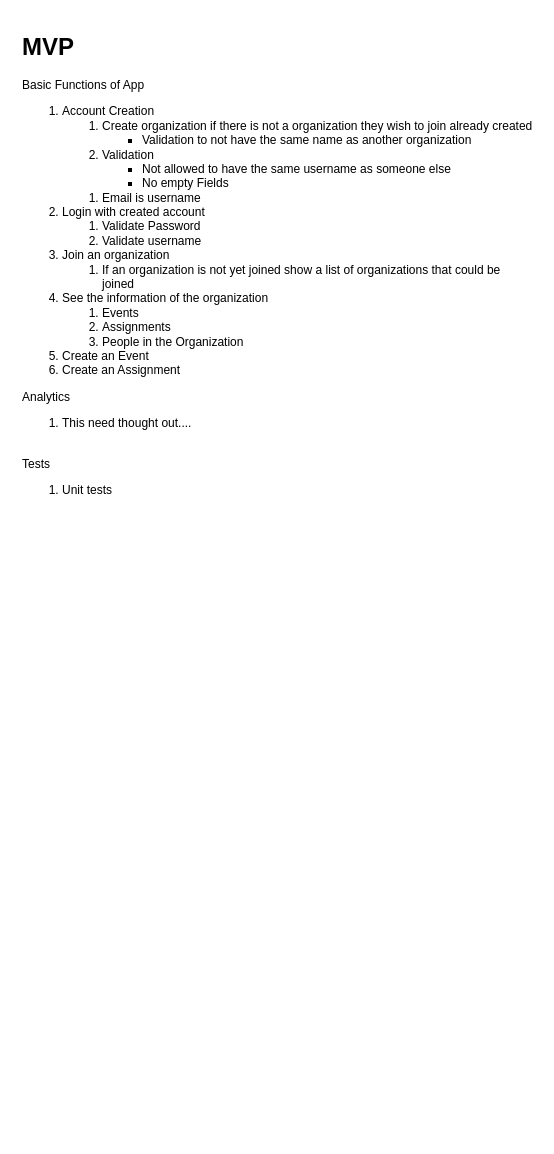
mcgaryp/Bishopric-Assistant keeps this draw.io diagram as charts/Flowcharts.drawio. Above is the earlier version. Source tidied: cells renumbered, new cells numbered last; positions are measured from the earlier drawing's top-left corner, leaving out a move shared by most shapes. Both pictures are drawn from the tidied source at 100%, with x=0, y=0 at pixel (17, 27).
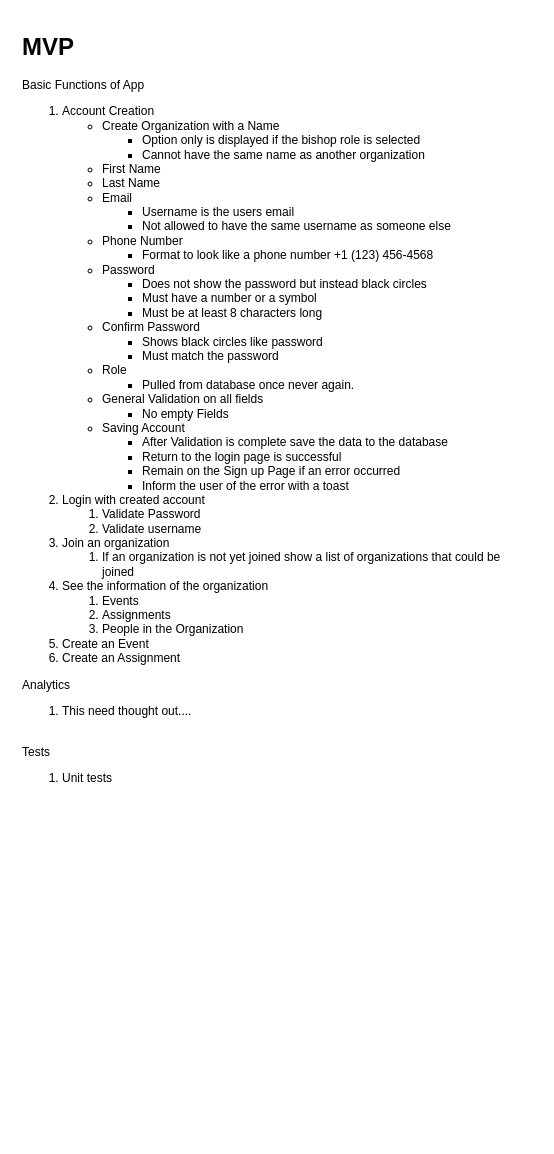
The same diagram, later.

Commit message:
Added account creation details

Diff of the diagram source:
```diff
@@
 <mxGraphModel>
   <root>
     <mxCell id="0" />
     <mxCell id="1" parent="0" />
-    <mxCell id="2" value="&lt;h1&gt;MVP&lt;/h1&gt;&lt;div&gt;Basic Functions of App&lt;/div&gt;&lt;div&gt;&lt;ol&gt;&lt;li&gt;Account Creation&lt;/li&gt;&lt;ol&gt;&lt;li&gt;&lt;span style=&quot;white-space: pre&quot;&gt;Create organization if there is not a organization they wish to join already created&lt;/span&gt;&lt;/li&gt;&lt;ul&gt;&lt;li&gt;&lt;span style=&quot;white-space: pre&quot;&gt;Validation to not have the same name as another organization&lt;/span&gt;&lt;/li&gt;&lt;/ul&gt;&lt;li&gt;&lt;span style=&quot;white-space: pre&quot;&gt;Validation&lt;/span&gt;&lt;/li&gt;&lt;/ol&gt;&lt;ul&gt;&lt;ul&gt;&lt;li&gt;&lt;span style=&quot;white-space: pre&quot;&gt;Not allowed to have the same username as someone else&lt;/span&gt;&lt;/li&gt;&lt;/ul&gt;&lt;/ul&gt;&lt;ol&gt;&lt;ul&gt;&lt;li&gt;&lt;span style=&quot;white-space: pre&quot;&gt;No empty Fields&lt;/span&gt;&lt;/li&gt;&lt;/ul&gt;&lt;li&gt;&lt;span style=&quot;white-space: pre&quot;&gt;Email is username&lt;/span&gt;&lt;br&gt;&lt;/li&gt;&lt;/ol&gt;&lt;li&gt;Login with created account&lt;/li&gt;&lt;ol&gt;&lt;li&gt;Validate Password&lt;/li&gt;&lt;li&gt;Validate username&lt;/li&gt;&lt;/ol&gt;&lt;li&gt;Join an organization&lt;/li&gt;&lt;ol&gt;&lt;li&gt;If an organization is not yet joined show a list of organizations that could be joined&lt;/li&gt;&lt;/ol&gt;&lt;li&gt;See the information of the organization&lt;/li&gt;&lt;ol&gt;&lt;li&gt;Events&lt;/li&gt;&lt;li&gt;Assignments&lt;/li&gt;&lt;li&gt;People in the Organization&lt;/li&gt;&lt;/ol&gt;&lt;li&gt;Create an Event&lt;/li&gt;&lt;li&gt;Create an Assignment&lt;/li&gt;&lt;/ol&gt;&lt;div&gt;Analytics&lt;/div&gt;&lt;/div&gt;&lt;div&gt;&lt;ol&gt;&lt;li&gt;This need thought out....&lt;/li&gt;&lt;/ol&gt;&lt;/div&gt;&lt;div&gt;&lt;br&gt;&lt;/div&gt;&lt;div&gt;Tests&lt;/div&gt;&lt;div&gt;&lt;ol&gt;&lt;li&gt;Unit tests&lt;/li&gt;&lt;/ol&gt;&lt;/div&gt;" style="text;html=1;spacing=5;spacingTop=-20;whiteSpace=wrap;overflow=hidden;rounded=0;fillColor=#ffffff;" parent="1" vertex="1">
-      <mxGeometry width="520" height="480" as="geometry" />
+    <mxCell id="2" value="&lt;h1&gt;MVP&lt;/h1&gt;&lt;div&gt;Basic Functions of App&lt;/div&gt;&lt;div&gt;&lt;ol&gt;&lt;li&gt;Account Creation&lt;/li&gt;&lt;ul&gt;&lt;li&gt;Create Organization with a Name&lt;br&gt;&lt;/li&gt;&lt;ul&gt;&lt;li&gt;Option only is displayed if the bishop role is selected&lt;/li&gt;&lt;li&gt;Cannot have the same name as another organization&lt;/li&gt;&lt;/ul&gt;&lt;li&gt;First Name&lt;br&gt;&lt;/li&gt;&lt;li&gt;Last Name&lt;br&gt;&lt;/li&gt;&lt;li&gt;Email&lt;br&gt;&lt;/li&gt;&lt;/ul&gt;&lt;ol&gt;&lt;ul&gt;&lt;li&gt;&lt;span&gt;Username is the users email&lt;/span&gt;&lt;/li&gt;&lt;li&gt;Not allowed to have the same username as someone else&lt;br&gt;&lt;/li&gt;&lt;/ul&gt;&lt;/ol&gt;&lt;ul&gt;&lt;li&gt;Phone Number&lt;br&gt;&lt;/li&gt;&lt;ul&gt;&lt;li&gt;Format to look like a phone number +1 (123) 456-4568&lt;/li&gt;&lt;/ul&gt;&lt;li&gt;Password&lt;br&gt;&lt;/li&gt;&lt;/ul&gt;&lt;ol&gt;&lt;ul&gt;&lt;li&gt;&lt;span&gt;Does not show the password but instead black circles&lt;/span&gt;&lt;/li&gt;&lt;li&gt;&lt;span&gt;Must have a number or a symbol&lt;/span&gt;&lt;/li&gt;&lt;li&gt;Must be at least 8 characters long&lt;/li&gt;&lt;/ul&gt;&lt;/ol&gt;&lt;ul&gt;&lt;li&gt;Confirm Password&lt;br&gt;&lt;/li&gt;&lt;/ul&gt;&lt;ol&gt;&lt;ul&gt;&lt;li&gt;&lt;span style=&quot;white-space: pre&quot;&gt;Shows black circles like password&lt;/span&gt;&lt;/li&gt;&lt;li&gt;&lt;span style=&quot;white-space: pre&quot;&gt;Must match the password&lt;/span&gt;&lt;/li&gt;&lt;/ul&gt;&lt;/ol&gt;&lt;ul&gt;&lt;li&gt;Role&lt;/li&gt;&lt;ul&gt;&lt;li&gt;&lt;span style=&quot;white-space: pre&quot;&gt;Pulled from database once never again.&lt;/span&gt;&lt;/li&gt;&lt;/ul&gt;&lt;li&gt;General Validation on all fields&lt;br&gt;&lt;/li&gt;&lt;/ul&gt;&lt;ol&gt;&lt;ul&gt;&lt;li&gt;&lt;span&gt;No empty Fields&lt;/span&gt;&lt;/li&gt;&lt;/ul&gt;&lt;/ol&gt;&lt;ul&gt;&lt;li&gt;Saving Account&lt;/li&gt;&lt;/ul&gt;&lt;ol&gt;&lt;ul&gt;&lt;li&gt;After Validation is complete save the data to the database&lt;/li&gt;&lt;li&gt;Return to the login page is successful&lt;/li&gt;&lt;li&gt;Remain on the Sign up Page if an error occurred&lt;/li&gt;&lt;li&gt;Inform the user of the error with a toast&lt;/li&gt;&lt;/ul&gt;&lt;/ol&gt;&lt;li&gt;Login with created account&lt;/li&gt;&lt;ol&gt;&lt;li&gt;Validate Password&lt;/li&gt;&lt;li&gt;Validate username&lt;/li&gt;&lt;/ol&gt;&lt;li&gt;Join an organization&lt;/li&gt;&lt;ol&gt;&lt;li&gt;If an organization is not yet joined show a list of organizations that could be joined&lt;/li&gt;&lt;/ol&gt;&lt;li&gt;See the information of the organization&lt;/li&gt;&lt;ol&gt;&lt;li&gt;Events&lt;/li&gt;&lt;li&gt;Assignments&lt;/li&gt;&lt;li&gt;People in the Organization&lt;/li&gt;&lt;/ol&gt;&lt;li&gt;Create an Event&lt;/li&gt;&lt;li&gt;Create an Assignment&lt;/li&gt;&lt;/ol&gt;&lt;div&gt;Analytics&lt;/div&gt;&lt;/div&gt;&lt;div&gt;&lt;ol&gt;&lt;li&gt;This need thought out....&lt;/li&gt;&lt;/ol&gt;&lt;/div&gt;&lt;div&gt;&lt;br&gt;&lt;/div&gt;&lt;div&gt;Tests&lt;/div&gt;&lt;div&gt;&lt;ol&gt;&lt;li&gt;Unit tests&lt;/li&gt;&lt;/ol&gt;&lt;/div&gt;" style="text;html=1;spacing=5;spacingTop=-20;whiteSpace=wrap;overflow=hidden;rounded=0;fillColor=#ffffff;" parent="1" vertex="1">
+      <mxGeometry width="520" height="1110" as="geometry" />
     </mxCell>
   </root>
 </mxGraphModel>
```
